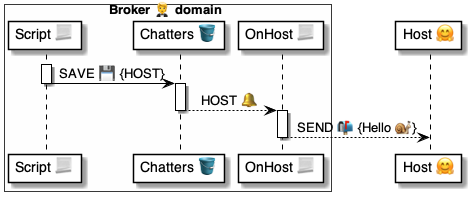
The PlantUML diagram 4 ⚙️ Solution/20 🧑‍🦰 UI/Brokers 🤵/🤵🪣 Broker tables/Chatters 👥 table/🪣🔔 3 Host/🤵 OnChatterHost ⚙️ uml.png in pollyweb-org/pollyweb-docs, before a commit. Its source is kept beside it as 4 ⚙️ Solution/20 🧑‍🦰 UI/Brokers 🤵/🤵🪣 Broker tables/Chatters 👥 table/🪣🔔 3 Host/🤵 OnChatterHost ⚙️ uml.puml.
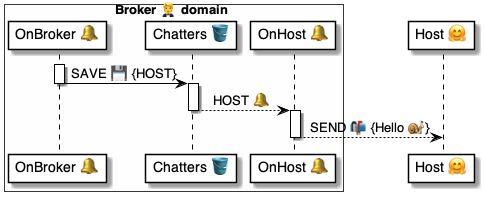
The same file after the commit.

What changed in the source:
```diff
@@ -2,9 +2,9 @@
 
 
 box Broker 🤵 domain #FFFFFA
-    participant "Script 📃" as script
+    participant "OnBroker 🔔" as script
     participant "Chatters 🪣" as table
-    participant "OnHost 📃" as handler
+    participant "OnHost 🔔" as handler
 end box
 
 participant "Host 🤗" as host
```
